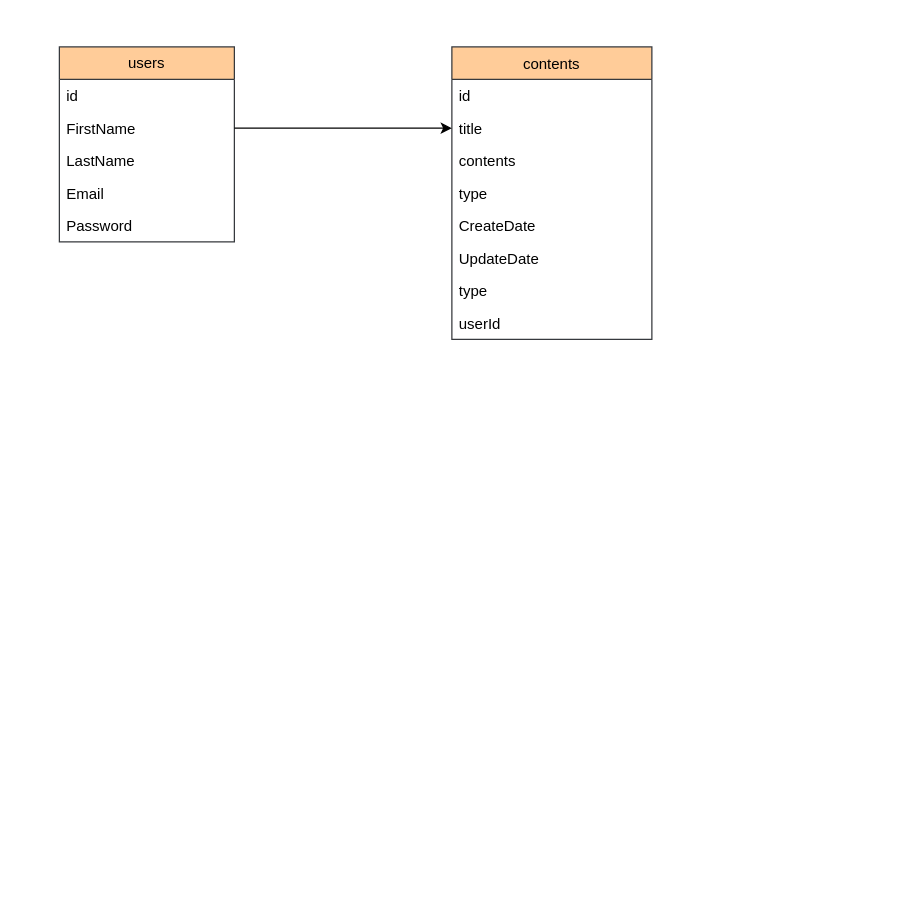
Earlier version of the draw.io diagram documentation/azure_project.drawio (fadjoker13/Azure_project). Source tidied: cells renumbered, new cells numbered last; positions are measured from the earlier drawing's top-left corner, leaving out a move shared by most shapes. Both pictures are drawn from the tidied source at 125%, with x=0, y=0 at pixel (59, 46).
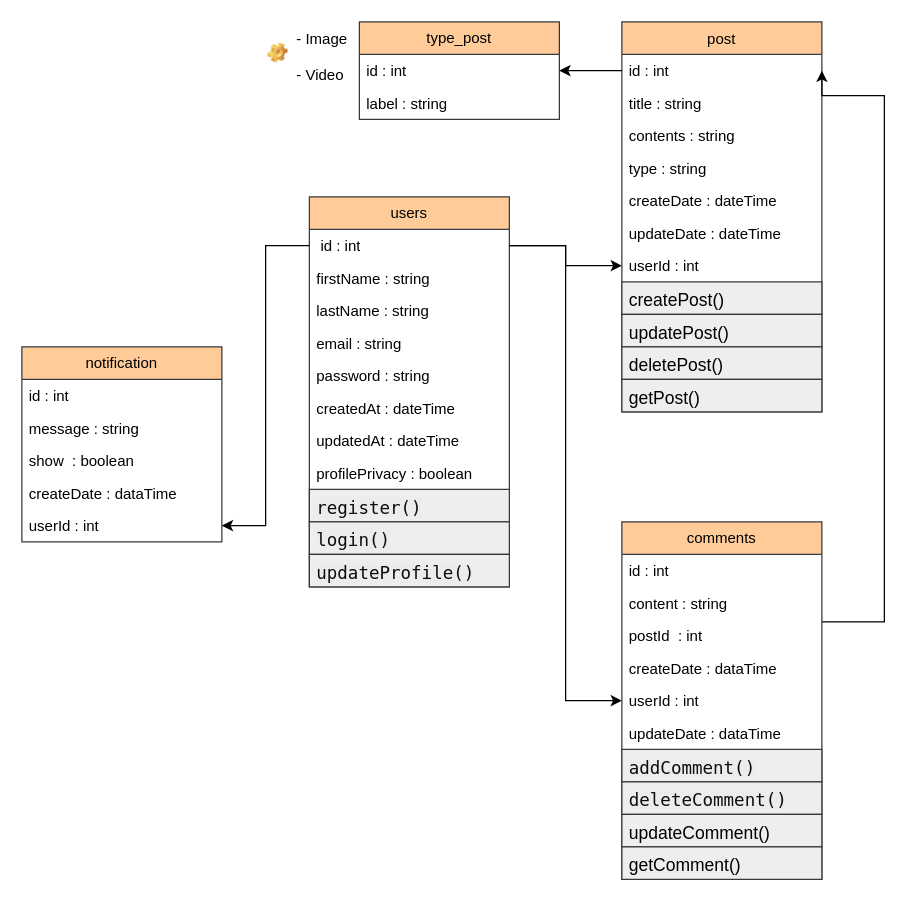
Above is the later version.

Commit message (it also covers changes not shown here):
Mettre à jour azure_project.drawio

The edit, as a diff of the source:
```diff
@@
-    <mxCell id="2" value="contents" style="swimlane;fontStyle=0;align=center;verticalAlign=top;horizontal=1;startSize=26;rounded=0;shadow=0;strokeWidth=1;fillColor=#ffcc99;strokeColor=#36393d;" parent="1" vertex="1">
-      <mxGeometry x="314" width="160" height="234" as="geometry" />
+    <mxCell id="2" value="post" style="swimlane;fontStyle=0;align=center;verticalAlign=top;horizontal=1;startSize=26;rounded=0;shadow=0;strokeWidth=1;fillColor=#ffcc99;strokeColor=#36393d;" parent="1" vertex="1">
+      <mxGeometry x="450" y="-20" width="160" height="312" as="geometry" />
     </mxCell>
-    <mxCell id="3" value="id" style="text;align=left;verticalAlign=top;spacingLeft=4;spacingRight=4;overflow=hidden;points=[[0,0.5],[1,0.5]];portConstraint=eastwest;" parent="2" vertex="1">
+    <mxCell id="3" value="id : int" style="text;align=left;verticalAlign=top;spacingLeft=4;spacingRight=4;overflow=hidden;points=[[0,0.5],[1,0.5]];portConstraint=eastwest;" parent="2" vertex="1">
       <mxGeometry y="26" width="160" height="26" as="geometry" />
     </mxCell>
-    <mxCell id="4" value="title" style="text;align=left;verticalAlign=top;spacingLeft=4;spacingRight=4;overflow=hidden;points=[[0,0.5],[1,0.5]];portConstraint=eastwest;" parent="2" vertex="1">
+    <mxCell id="4" value="title : string" style="text;align=left;verticalAlign=top;spacingLeft=4;spacingRight=4;overflow=hidden;points=[[0,0.5],[1,0.5]];portConstraint=eastwest;" parent="2" vertex="1">
       <mxGeometry y="52" width="160" height="26" as="geometry" />
     </mxCell>
-    <mxCell id="5" value="contents" style="text;align=left;verticalAlign=top;spacingLeft=4;spacingRight=4;overflow=hidden;rounded=0;shadow=0;html=0;" parent="2" vertex="1">
+    <mxCell id="5" value="contents : string" style="text;align=left;verticalAlign=top;spacingLeft=4;spacingRight=4;overflow=hidden;rounded=0;shadow=0;html=0;" parent="2" vertex="1">
       <mxGeometry y="78" width="160" height="26" as="geometry" />
     </mxCell>
-    <mxCell id="6" value="type" style="text;align=left;verticalAlign=top;spacingLeft=4;spacingRight=4;overflow=hidden;rounded=0;shadow=0;html=0;" parent="2" vertex="1">
+    <mxCell id="6" value="type : string  " style="text;align=left;verticalAlign=top;spacingLeft=4;spacingRight=4;overflow=hidden;rounded=0;shadow=0;html=0;" parent="2" vertex="1">
       <mxGeometry y="104" width="160" height="26" as="geometry" />
     </mxCell>
-    <mxCell id="7" value="CreateDate" style="text;align=left;verticalAlign=top;spacingLeft=4;spacingRight=4;overflow=hidden;rounded=0;shadow=0;html=0;" parent="2" vertex="1">
+    <mxCell id="7" value="createDate : dateTime" style="text;align=left;verticalAlign=top;spacingLeft=4;spacingRight=4;overflow=hidden;rounded=0;shadow=0;html=0;" parent="2" vertex="1">
       <mxGeometry y="130" width="160" height="26" as="geometry" />
     </mxCell>
-    <mxCell id="8" value="UpdateDate" style="text;align=left;verticalAlign=top;spacingLeft=4;spacingRight=4;overflow=hidden;rounded=0;shadow=0;html=0;" parent="2" vertex="1">
+    <mxCell id="8" value="updateDate : dateTime" style="text;align=left;verticalAlign=top;spacingLeft=4;spacingRight=4;overflow=hidden;rounded=0;shadow=0;html=0;" parent="2" vertex="1">
       <mxGeometry y="156" width="160" height="26" as="geometry" />
     </mxCell>
-    <mxCell id="9" value="type" style="text;align=left;verticalAlign=top;spacingLeft=4;spacingRight=4;overflow=hidden;rounded=0;shadow=0;html=0;" parent="2" vertex="1">
-      <mxGeometry y="182" width="160" height="26" as="geometry" />
-    </mxCell>
-    <mxCell id="10" value="userId" style="text;align=left;verticalAlign=top;spacingLeft=4;spacingRight=4;overflow=hidden;points=[[0,0.5],[1,0.5]];portConstraint=eastwest;" parent="2" vertex="1">
-      <mxGeometry y="208" width="160" height="26" as="geometry" />
+    <mxCell id="10" value="userId : int" style="text;align=left;verticalAlign=top;spacingLeft=4;spacingRight=4;overflow=hidden;points=[[0,0.5],[1,0.5]];portConstraint=eastwest;" parent="2" vertex="1">
+      <mxGeometry y="182" width="160" height="26" as="geometry" />
     </mxCell>
+    <mxCell id="19" value="createPost()" style="text;align=left;verticalAlign=top;spacingLeft=4;spacingRight=4;overflow=hidden;fillColor=#eeeeee;strokeColor=#36393d;fontSize=14;" parent="2" vertex="1">
+      <mxGeometry y="208" width="160" height="26" as="geometry" />
+    </mxCell>
+    <mxCell id="20" value="updatePost()" style="text;align=left;verticalAlign=top;spacingLeft=4;spacingRight=4;overflow=hidden;fillColor=#eeeeee;strokeColor=#36393d;fontSize=14;" parent="2" vertex="1">
+      <mxGeometry y="234" width="160" height="26" as="geometry" />
+    </mxCell>
+    <mxCell id="21" value="deletePost()" style="text;align=left;verticalAlign=top;spacingLeft=4;spacingRight=4;overflow=hidden;fillColor=#eeeeee;strokeColor=#36393d;fontSize=14;" parent="2" vertex="1">
+      <mxGeometry y="260" width="160" height="26" as="geometry" />
+    </mxCell>
+    <mxCell id="22" value="getPost()" style="text;align=left;verticalAlign=top;spacingLeft=4;spacingRight=4;overflow=hidden;fillColor=#eeeeee;strokeColor=#36393d;fontSize=14;" parent="2" vertex="1">
+      <mxGeometry y="286" width="160" height="26" as="geometry" />
+    </mxCell>
     <mxCell id="11" value="users" style="swimlane;fontStyle=0;horizontal=1;startSize=26;fillColor=#ffcc99;whiteSpace=wrap;html=1;strokeColor=#36393d;" parent="1" vertex="1">
-      <mxGeometry width="140" height="156" as="geometry" />
+      <mxGeometry x="200" y="120" width="160" height="312" as="geometry" />
     </mxCell>
-    <mxCell id="12" value="id" style="text;strokeColor=none;fillColor=none;align=left;verticalAlign=top;spacingLeft=4;spacingRight=4;overflow=hidden;points=[[0,0.5],[1,0.5]];portConstraint=eastwest;whiteSpace=wrap;html=1;" parent="11" vertex="1">
-      <mxGeometry y="26" width="140" height="26" as="geometry" />
+    <mxCell id="12" value="&amp;nbsp;id : int" style="text;strokeColor=none;fillColor=none;align=left;verticalAlign=top;spacingLeft=4;spacingRight=4;overflow=hidden;points=[[0,0.5],[1,0.5]];portConstraint=eastwest;whiteSpace=wrap;html=1;" parent="11" vertex="1">
+      <mxGeometry y="26" width="160" height="26" as="geometry" />
     </mxCell>
-    <mxCell id="13" value="FirstName" style="text;strokeColor=none;fillColor=none;align=left;verticalAlign=top;spacingLeft=4;spacingRight=4;overflow=hidden;points=[[0,0.5],[1,0.5]];portConstraint=eastwest;whiteSpace=wrap;html=1;" parent="11" vertex="1">
-      <mxGeometry y="52" width="140" height="26" as="geometry" />
+    <mxCell id="13" value="firstName : string" style="text;strokeColor=none;fillColor=none;align=left;verticalAlign=top;spacingLeft=4;spacingRight=4;overflow=hidden;points=[[0,0.5],[1,0.5]];portConstraint=eastwest;whiteSpace=wrap;html=1;" parent="11" vertex="1">
+      <mxGeometry y="52" width="160" height="26" as="geometry" />
     </mxCell>
-    <mxCell id="14" value="LastName" style="text;strokeColor=none;fillColor=none;align=left;verticalAlign=top;spacingLeft=4;spacingRight=4;overflow=hidden;whiteSpace=wrap;html=1;" parent="11" vertex="1">
-      <mxGeometry y="78" width="140" height="26" as="geometry" />
+    <mxCell id="14" value="lastName : string" style="text;strokeColor=none;fillColor=none;align=left;verticalAlign=top;spacingLeft=4;spacingRight=4;overflow=hidden;whiteSpace=wrap;html=1;" parent="11" vertex="1">
+      <mxGeometry y="78" width="160" height="26" as="geometry" />
     </mxCell>
-    <mxCell id="15" value="Email" style="text;strokeColor=none;fillColor=none;align=left;verticalAlign=top;spacingLeft=4;spacingRight=4;overflow=hidden;whiteSpace=wrap;html=1;" parent="11" vertex="1">
-      <mxGeometry y="104" width="140" height="26" as="geometry" />
+    <mxCell id="15" value="email : string" style="text;strokeColor=none;fillColor=none;align=left;verticalAlign=top;spacingLeft=4;spacingRight=4;overflow=hidden;whiteSpace=wrap;html=1;" parent="11" vertex="1">
+      <mxGeometry y="104" width="160" height="26" as="geometry" />
     </mxCell>
-    <mxCell id="16" value="Password" style="text;strokeColor=none;fillColor=none;align=left;verticalAlign=top;spacingLeft=4;spacingRight=4;overflow=hidden;whiteSpace=wrap;html=1;" parent="11" vertex="1">
-      <mxGeometry y="130" width="140" height="26" as="geometry" />
+    <mxCell id="16" value="password : string" style="text;strokeColor=none;fillColor=none;align=left;verticalAlign=top;spacingLeft=4;spacingRight=4;overflow=hidden;whiteSpace=wrap;html=1;" parent="11" vertex="1">
+      <mxGeometry y="130" width="160" height="26" as="geometry" />
     </mxCell>
@@
-    <mxCell id="18" style="edgeStyle=orthogonalEdgeStyle;rounded=0;jettySize=auto;html=1;entryX=0;entryY=0.5;entryDx=0;entryDy=0;" parent="1" edge="1" source="13" target="4">
-      <mxGeometry relative="1" as="geometry" />
-    </mxCell>
+    <mxCell id="23" value="createdAt : dateTime" style="text;strokeColor=none;fillColor=none;align=left;verticalAlign=top;spacingLeft=4;spacingRight=4;overflow=hidden;whiteSpace=wrap;html=1;" parent="11" vertex="1">
+      <mxGeometry y="156" width="160" height="26" as="geometry" />
+    </mxCell>
+    <mxCell id="24" value="updatedAt : dateTime" style="text;strokeColor=none;fillColor=none;align=left;verticalAlign=top;spacingLeft=4;spacingRight=4;overflow=hidden;whiteSpace=wrap;html=1;" parent="11" vertex="1">
+      <mxGeometry y="182" width="160" height="26" as="geometry" />
+    </mxCell>
+    <mxCell id="25" value="profilePrivacy : boolean" style="text;strokeColor=none;fillColor=none;align=left;verticalAlign=top;spacingLeft=4;spacingRight=4;overflow=hidden;whiteSpace=wrap;html=1;" parent="11" vertex="1">
+      <mxGeometry y="208" width="160" height="26" as="geometry" />
+    </mxCell>
+    <mxCell id="26" value="&lt;span style=&quot;color: rgb(13, 13, 13); font-family: ui-monospace, SFMono-Regular, &amp;quot;SF Mono&amp;quot;, Menlo, Consolas, &amp;quot;Liberation Mono&amp;quot;, monospace; font-size: 14px; background-color: rgb(236, 236, 236);&quot;&gt;register()&lt;/span&gt;" style="text;strokeColor=#36393d;fillColor=#eeeeee;align=left;verticalAlign=top;spacingLeft=4;spacingRight=4;overflow=hidden;whiteSpace=wrap;html=1;" parent="11" vertex="1">
+      <mxGeometry y="234" width="160" height="26" as="geometry" />
+    </mxCell>
+    <mxCell id="27" value="&lt;span style=&quot;color: rgb(13, 13, 13); font-family: ui-monospace, SFMono-Regular, &amp;quot;SF Mono&amp;quot;, Menlo, Consolas, &amp;quot;Liberation Mono&amp;quot;, monospace; font-size: 14px; background-color: rgb(236, 236, 236);&quot;&gt;login()&lt;/span&gt;" style="text;strokeColor=#36393d;fillColor=#eeeeee;align=left;verticalAlign=top;spacingLeft=4;spacingRight=4;overflow=hidden;whiteSpace=wrap;html=1;" parent="11" vertex="1">
+      <mxGeometry y="260" width="160" height="26" as="geometry" />
+    </mxCell>
+    <mxCell id="28" value="&lt;span style=&quot;color: rgb(13, 13, 13); font-family: ui-monospace, SFMono-Regular, &amp;quot;SF Mono&amp;quot;, Menlo, Consolas, &amp;quot;Liberation Mono&amp;quot;, monospace; font-size: 14px; background-color: rgb(236, 236, 236);&quot;&gt;updateProfile()&lt;/span&gt;" style="text;strokeColor=#36393d;fillColor=#eeeeee;align=left;verticalAlign=top;spacingLeft=4;spacingRight=4;overflow=hidden;whiteSpace=wrap;html=1;" parent="11" vertex="1">
+      <mxGeometry y="286" width="160" height="26" as="geometry" />
+    </mxCell>
+    <mxCell id="29" style="edgeStyle=orthogonalEdgeStyle;rounded=0;jettySize=auto;html=1;entryX=1;entryY=0.5;entryDx=0;entryDy=0;" parent="1" edge="1" source="30" target="3">
+      <mxGeometry relative="1" as="geometry">
+        <Array as="points">
+          <mxPoint x="660" y="460" />
+          <mxPoint x="660" y="39" />
+          <mxPoint x="610" y="39" />
+        </Array>
+      </mxGeometry>
+    </mxCell>
+    <mxCell id="30" value="comments" style="swimlane;fontStyle=0;horizontal=1;startSize=26;fillColor=#ffcc99;whiteSpace=wrap;html=1;strokeColor=#36393d;" parent="1" vertex="1">
+      <mxGeometry x="450" y="380" width="160" height="286" as="geometry" />
+    </mxCell>
+    <mxCell id="31" value="id : int" style="text;strokeColor=none;fillColor=none;align=left;verticalAlign=top;spacingLeft=4;spacingRight=4;overflow=hidden;whiteSpace=wrap;html=1;" parent="30" vertex="1">
+      <mxGeometry y="26" width="160" height="26" as="geometry" />
+    </mxCell>
+    <mxCell id="32" value="content : string" style="text;strokeColor=none;fillColor=none;align=left;verticalAlign=top;spacingLeft=4;spacingRight=4;overflow=hidden;points=[[0,0.5],[1,0.5]];portConstraint=eastwest;whiteSpace=wrap;html=1;" parent="30" vertex="1">
+      <mxGeometry y="52" width="160" height="26" as="geometry" />
+    </mxCell>
+    <mxCell id="33" value="postId&amp;nbsp; : int" style="text;strokeColor=none;fillColor=none;align=left;verticalAlign=top;spacingLeft=4;spacingRight=4;overflow=hidden;whiteSpace=wrap;html=1;" parent="30" vertex="1">
+      <mxGeometry y="78" width="160" height="26" as="geometry" />
+    </mxCell>
+    <mxCell id="34" value="createDate : dataTime" style="text;strokeColor=none;fillColor=none;align=left;verticalAlign=top;spacingLeft=4;spacingRight=4;overflow=hidden;whiteSpace=wrap;html=1;" parent="30" vertex="1">
+      <mxGeometry y="104" width="160" height="26" as="geometry" />
+    </mxCell>
+    <mxCell id="35" value="userId : int" style="text;strokeColor=none;fillColor=none;align=left;verticalAlign=top;spacingLeft=4;spacingRight=4;overflow=hidden;points=[[0,0.5],[1,0.5]];portConstraint=eastwest;whiteSpace=wrap;html=1;" parent="30" vertex="1">
+      <mxGeometry y="130" width="160" height="26" as="geometry" />
+    </mxCell>
+    <mxCell id="36" style="edgeStyle=orthogonalEdgeStyle;rounded=0;orthogonalLoop=1;jettySize=auto;html=1;exitX=1;exitY=0.5;exitDx=0;exitDy=0;" parent="30" edge="1" source="32" target="32">
+      <mxGeometry relative="1" as="geometry" />
+    </mxCell>
+    <mxCell id="37" value="updateDate : dataTime" style="text;strokeColor=none;fillColor=none;align=left;verticalAlign=top;spacingLeft=4;spacingRight=4;overflow=hidden;whiteSpace=wrap;html=1;" parent="30" vertex="1">
+      <mxGeometry y="156" width="160" height="26" as="geometry" />
+    </mxCell>
+    <mxCell id="38" value="&lt;span style=&quot;color: rgb(13, 13, 13); font-family: ui-monospace, SFMono-Regular, &amp;quot;SF Mono&amp;quot;, Menlo, Consolas, &amp;quot;Liberation Mono&amp;quot;, monospace; font-size: 14px; background-color: rgb(236, 236, 236);&quot;&gt;addComment()&lt;/span&gt;" style="text;strokeColor=#36393d;fillColor=#eeeeee;align=left;verticalAlign=top;spacingLeft=4;spacingRight=4;overflow=hidden;whiteSpace=wrap;html=1;" parent="30" vertex="1">
+      <mxGeometry y="182" width="160" height="26" as="geometry" />
+    </mxCell>
+    <mxCell id="39" value="&lt;span style=&quot;color: rgb(13, 13, 13); font-family: ui-monospace, SFMono-Regular, &amp;quot;SF Mono&amp;quot;, Menlo, Consolas, &amp;quot;Liberation Mono&amp;quot;, monospace; font-size: 14px; background-color: rgb(236, 236, 236);&quot;&gt;deleteComment()&lt;/span&gt;" style="text;strokeColor=#36393d;fillColor=#eeeeee;align=left;verticalAlign=top;spacingLeft=4;spacingRight=4;overflow=hidden;whiteSpace=wrap;html=1;" parent="30" vertex="1">
+      <mxGeometry y="208" width="160" height="26" as="geometry" />
+    </mxCell>
+    <mxCell id="40" value="&lt;span style=&quot;font-size: 14px; text-wrap: nowrap;&quot;&gt;updateComment()&lt;/span&gt;" style="text;strokeColor=#36393d;fillColor=#eeeeee;align=left;verticalAlign=top;spacingLeft=4;spacingRight=4;overflow=hidden;whiteSpace=wrap;html=1;" parent="30" vertex="1">
+      <mxGeometry y="234" width="160" height="26" as="geometry" />
+    </mxCell>
+    <mxCell id="41" value="&lt;span style=&quot;font-size: 14px; text-wrap: nowrap;&quot;&gt;getComment()&lt;/span&gt;" style="text;strokeColor=#36393d;fillColor=#eeeeee;align=left;verticalAlign=top;spacingLeft=4;spacingRight=4;overflow=hidden;whiteSpace=wrap;html=1;" parent="30" vertex="1">
+      <mxGeometry y="260" width="160" height="26" as="geometry" />
+    </mxCell>
+    <mxCell id="42" value="type_post" style="swimlane;fontStyle=0;horizontal=1;startSize=26;fillColor=#ffcc99;whiteSpace=wrap;html=1;strokeColor=#36393d;" parent="1" vertex="1">
+      <mxGeometry x="240" y="-20" width="160" height="78" as="geometry" />
+    </mxCell>
+    <mxCell id="43" value="id : int" style="text;strokeColor=none;fillColor=none;align=left;verticalAlign=top;spacingLeft=4;spacingRight=4;overflow=hidden;points=[[0,0.5],[1,0.5]];portConstraint=eastwest;whiteSpace=wrap;html=1;" parent="42" vertex="1">
+      <mxGeometry y="26" width="160" height="26" as="geometry" />
+    </mxCell>
+    <mxCell id="44" value="label : string" style="text;strokeColor=none;fillColor=none;align=left;verticalAlign=top;spacingLeft=4;spacingRight=4;overflow=hidden;points=[[0,0.5],[1,0.5]];portConstraint=eastwest;whiteSpace=wrap;html=1;" parent="42" vertex="1">
+      <mxGeometry y="52" width="160" height="26" as="geometry" />
+    </mxCell>
+    <mxCell id="45" style="edgeStyle=orthogonalEdgeStyle;rounded=0;orthogonalLoop=1;jettySize=auto;html=1;exitX=1;exitY=0.5;exitDx=0;exitDy=0;" parent="42" edge="1" source="44" target="44">
+      <mxGeometry relative="1" as="geometry" />
+    </mxCell>
+    <mxCell id="46" value="notification" style="swimlane;fontStyle=0;horizontal=1;startSize=26;fillColor=#ffcc99;whiteSpace=wrap;html=1;strokeColor=#36393d;gradientColor=none;" parent="1" vertex="1">
+      <mxGeometry x="-30" y="240" width="160" height="156" as="geometry" />
+    </mxCell>
+    <mxCell id="47" value="id : int" style="text;strokeColor=none;fillColor=none;align=left;verticalAlign=top;spacingLeft=4;spacingRight=4;overflow=hidden;whiteSpace=wrap;html=1;" parent="46" vertex="1">
+      <mxGeometry y="26" width="160" height="26" as="geometry" />
+    </mxCell>
+    <mxCell id="48" value="message : string" style="text;strokeColor=none;fillColor=none;align=left;verticalAlign=top;spacingLeft=4;spacingRight=4;overflow=hidden;points=[[0,0.5],[1,0.5]];portConstraint=eastwest;whiteSpace=wrap;html=1;" parent="46" vertex="1">
+      <mxGeometry y="52" width="160" height="26" as="geometry" />
+    </mxCell>
+    <mxCell id="49" value="show&amp;nbsp; : boolean" style="text;strokeColor=none;fillColor=none;align=left;verticalAlign=top;spacingLeft=4;spacingRight=4;overflow=hidden;whiteSpace=wrap;html=1;" parent="46" vertex="1">
+      <mxGeometry y="78" width="160" height="26" as="geometry" />
+    </mxCell>
+    <mxCell id="50" value="createDate : dataTime" style="text;strokeColor=none;fillColor=none;align=left;verticalAlign=top;spacingLeft=4;spacingRight=4;overflow=hidden;whiteSpace=wrap;html=1;" parent="46" vertex="1">
+      <mxGeometry y="104" width="160" height="26" as="geometry" />
+    </mxCell>
+    <mxCell id="51" value="userId : int" style="text;strokeColor=none;fillColor=none;align=left;verticalAlign=top;spacingLeft=4;spacingRight=4;overflow=hidden;points=[[0,0.5],[1,0.5]];portConstraint=eastwest;whiteSpace=wrap;html=1;" parent="46" vertex="1">
+      <mxGeometry y="130" width="160" height="26" as="geometry" />
+    </mxCell>
+    <mxCell id="52" style="edgeStyle=orthogonalEdgeStyle;rounded=0;orthogonalLoop=1;jettySize=auto;html=1;exitX=1;exitY=0.5;exitDx=0;exitDy=0;" parent="46" edge="1" source="48" target="48">
+      <mxGeometry relative="1" as="geometry" />
+    </mxCell>
+    <mxCell id="53" style="edgeStyle=orthogonalEdgeStyle;rounded=0;jettySize=auto;html=1;exitX=1;exitY=0.5;exitDx=0;exitDy=0;entryX=0;entryY=0.5;entryDx=0;entryDy=0;" parent="1" edge="1" source="12" target="10">
+      <mxGeometry relative="1" as="geometry" />
+    </mxCell>
+    <mxCell id="54" style="edgeStyle=orthogonalEdgeStyle;rounded=0;jettySize=auto;html=1;entryX=0;entryY=0.5;entryDx=0;entryDy=0;" parent="1" edge="1" source="12" target="35">
+      <mxGeometry relative="1" as="geometry" />
+    </mxCell>
+    <mxCell id="55" style="edgeStyle=orthogonalEdgeStyle;rounded=0;jettySize=auto;html=1;entryX=1;entryY=0.5;entryDx=0;entryDy=0;" parent="1" edge="1" source="12" target="51">
+      <mxGeometry relative="1" as="geometry" />
+    </mxCell>
+    <mxCell id="56" style="edgeStyle=orthogonalEdgeStyle;rounded=0;jettySize=auto;html=1;" parent="1" edge="1" source="3" target="43">
+      <mxGeometry relative="1" as="geometry" />
+    </mxCell>
+    <mxCell id="57" value="- Image&lt;div&gt;&lt;br&gt;&lt;div&gt;- Video&lt;/div&gt;&lt;/div&gt;" style="label;fontStyle=0;strokeColor=none;fillColor=none;align=left;verticalAlign=top;overflow=hidden;spacingLeft=28;spacingRight=4;imageWidth=16;imageHeight=16;whiteSpace=wrap;html=1;image=img/clipart/Gear_128x128.png;" parent="1" vertex="1">
+      <mxGeometry x="160" y="-20" width="120" height="50" as="geometry" />
+    </mxCell>
```
